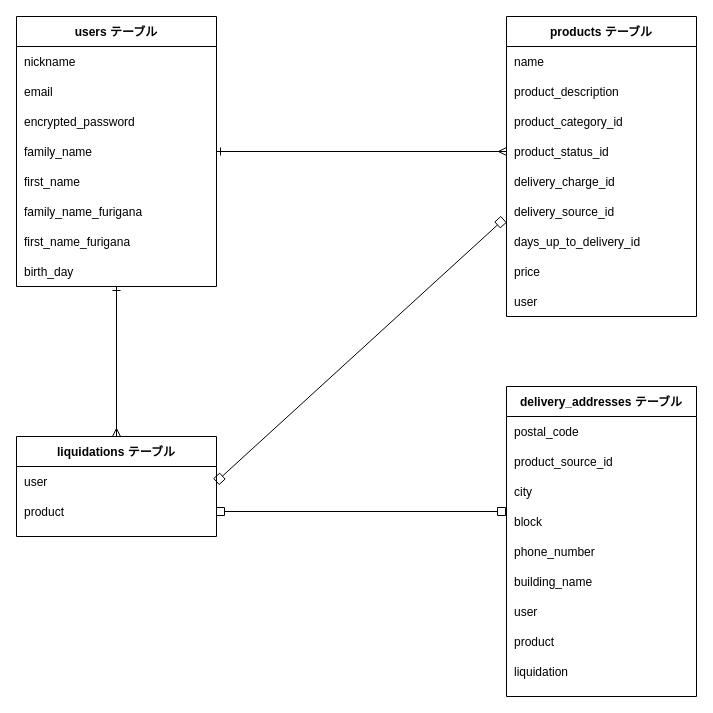
This is er.dio from mujin-pro/furima-35159, a draw.io file, before an edit. Source tidied: cells renumbered, new cells numbered last; positions are measured from the earlier drawing's top-left corner, leaving out a move shared by most shapes. Both pictures are drawn from the tidied source at 100%, with x=0, y=0 at pixel (16, 16).
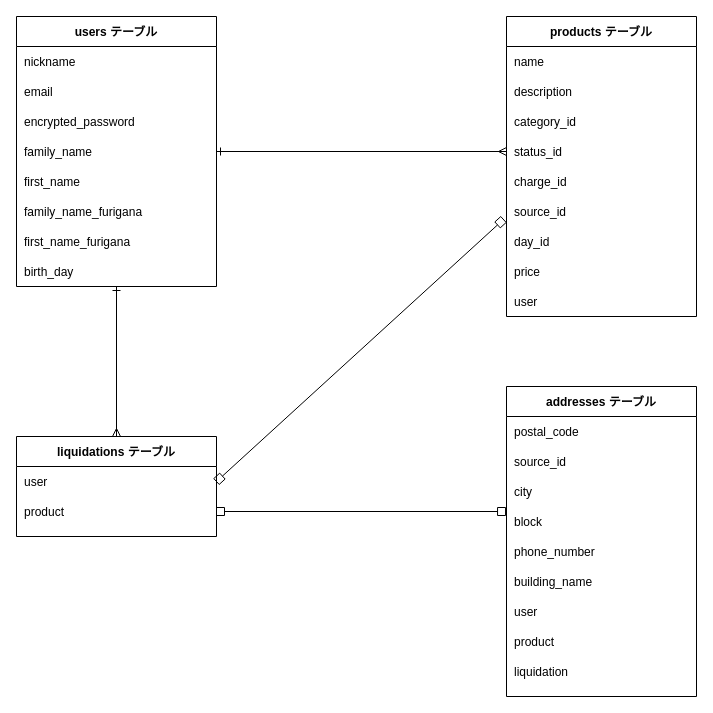
Above is the later version.

The change refers to these unchanged cells:
```xml
<mxCell id="22" style="shape=partialRectangle;fillColor=none;top=0;left=0;bottom=0;right=0;" parent="19" vertex="1">
  <mxGeometry y="60" width="190" height="30" as="geometry" />
</mxCell>
<mxCell id="24" style="shape=partialRectangle;fillColor=none;top=0;left=0;bottom=0;right=0;" parent="19" vertex="1">
  <mxGeometry y="90" width="190" height="30" as="geometry" />
</mxCell>
<mxCell id="26" style="shape=partialRectangle;fillColor=none;top=0;left=0;bottom=0;right=0;points=[[0,0.5],[1,0.5]];portConstraint=eastwest;" parent="19" vertex="1">
  <mxGeometry y="120" width="190" height="30" as="geometry" />
</mxCell>
<mxCell id="28" style="shape=partialRectangle;fillColor=none;top=0;left=0;bottom=0;right=0;" parent="19" vertex="1">
  <mxGeometry y="150" width="190" height="30" as="geometry" />
</mxCell>
<mxCell id="30" style="shape=partialRectangle;fillColor=none;top=0;left=0;bottom=0;right=0;points=[[0,0.5],[1,0.5]];portConstraint=eastwest;" parent="19" vertex="1">
  <mxGeometry y="180" width="190" height="30" as="geometry" />
</mxCell>
<mxCell id="32" style="shape=partialRectangle;fillColor=none;top=0;left=0;bottom=0;right=0;" parent="19" vertex="1">
  <mxGeometry y="210" width="190" height="30" as="geometry" />
</mxCell>
<mxCell id="49" style="shape=partialRectangle;fillColor=none;top=0;left=0;bottom=0;right=0;" parent="46" vertex="1">
  <mxGeometry y="60" width="190" height="30" as="geometry" />
</mxCell>
```

Change to the diagram source:
```diff
@@
-    <mxCell id="23" value="product_description" style="shape=partialRectangle;fillColor=none;top=0;left=0;bottom=0;right=0;align=left;spacingLeft=6;overflow=hidden;" parent="22" vertex="1">
+    <mxCell id="23" value="description" style="shape=partialRectangle;fillColor=none;top=0;left=0;bottom=0;right=0;align=left;spacingLeft=6;overflow=hidden;" parent="22" vertex="1">
       <mxGeometry width="190" height="30" as="geometry" />
     </mxCell>
@@
-    <mxCell id="25" value="product_category_id" style="shape=partialRectangle;fillColor=none;top=0;left=0;bottom=0;right=0;align=left;spacingLeft=6;overflow=hidden;" parent="24" vertex="1">
+    <mxCell id="25" value="category_id" style="shape=partialRectangle;fillColor=none;top=0;left=0;bottom=0;right=0;align=left;spacingLeft=6;overflow=hidden;" parent="24" vertex="1">
       <mxGeometry width="190" height="30" as="geometry" />
     </mxCell>
@@
-    <mxCell id="27" value="product_status_id" style="shape=partialRectangle;fillColor=none;top=0;left=0;bottom=0;right=0;align=left;spacingLeft=6;overflow=hidden;" parent="26" vertex="1">
+    <mxCell id="27" value="status_id" style="shape=partialRectangle;fillColor=none;top=0;left=0;bottom=0;right=0;align=left;spacingLeft=6;overflow=hidden;" parent="26" vertex="1">
       <mxGeometry width="190" height="30" as="geometry" />
     </mxCell>
@@
-    <mxCell id="29" value="delivery_charge_id" style="shape=partialRectangle;fillColor=none;top=0;left=0;bottom=0;right=0;align=left;spacingLeft=6;overflow=hidden;" parent="28" vertex="1">
+    <mxCell id="29" value="charge_id" style="shape=partialRectangle;fillColor=none;top=0;left=0;bottom=0;right=0;align=left;spacingLeft=6;overflow=hidden;" parent="28" vertex="1">
       <mxGeometry width="190" height="30" as="geometry" />
     </mxCell>
@@
-    <mxCell id="31" value="delivery_source_id" style="shape=partialRectangle;fillColor=none;top=0;left=0;bottom=0;right=0;align=left;spacingLeft=6;overflow=hidden;" parent="30" vertex="1">
+    <mxCell id="31" value="source_id" style="shape=partialRectangle;fillColor=none;top=0;left=0;bottom=0;right=0;align=left;spacingLeft=6;overflow=hidden;" parent="30" vertex="1">
       <mxGeometry width="190" height="30" as="geometry" />
     </mxCell>
@@
-    <mxCell id="33" value="days_up_to_delivery_id" style="shape=partialRectangle;fillColor=none;top=0;left=0;bottom=0;right=0;align=left;spacingLeft=6;overflow=hidden;" parent="32" vertex="1">
+    <mxCell id="33" value="day_id" style="shape=partialRectangle;fillColor=none;top=0;left=0;bottom=0;right=0;align=left;spacingLeft=6;overflow=hidden;" parent="32" vertex="1">
       <mxGeometry width="190" height="30" as="geometry" />
     </mxCell>
@@
-    <mxCell id="46" value="delivery_addresses テーブル" style="shape=table;startSize=30;childLayout=tableLayout;rowLines=0;fontStyle=1;align=center;fontSize=12;" parent="1" vertex="1">
+    <mxCell id="46" value="addresses テーブル" style="shape=table;startSize=30;childLayout=tableLayout;rowLines=0;fontStyle=1;align=center;fontSize=12;" parent="1" vertex="1">
       <mxGeometry x="490" y="370" width="190" height="310" as="geometry" />
     </mxCell>
@@
-    <mxCell id="50" value="product_source_id" style="shape=partialRectangle;fillColor=none;top=0;left=0;bottom=0;right=0;align=left;spacingLeft=6;overflow=hidden;" parent="49" vertex="1">
+    <mxCell id="50" value="source_id" style="shape=partialRectangle;fillColor=none;top=0;left=0;bottom=0;right=0;align=left;spacingLeft=6;overflow=hidden;" parent="49" vertex="1">
       <mxGeometry width="190" height="30" as="geometry" />
     </mxCell>
```
